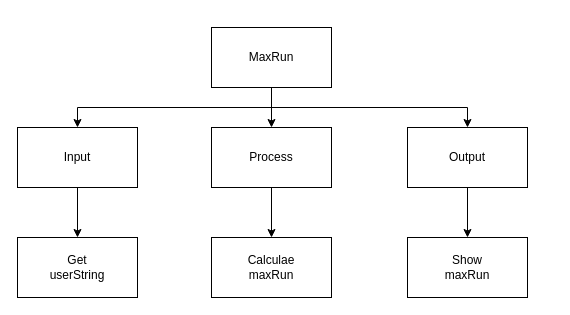
Above: topdown.drawio in Troy-Appleby/ICS4U-Assignment-2-Typescript (draw.io), before the change. Source tidied: cells renumbered, new cells numbered last; positions are measured from the earlier drawing's top-left corner, leaving out a move shared by most shapes. Both pictures are drawn from the tidied source at 100%, with x=0, y=0 at pixel (17, 27).
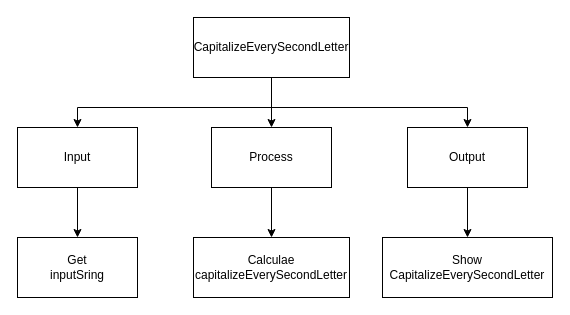
After the change.

The edit, as a diff of the source:
```diff
@@
 <mxGraphModel>
   <root>
     <mxCell id="0" />
     <mxCell id="1" parent="0" />
     <mxCell id="2" style="edgeStyle=orthogonalEdgeStyle;html=1;entryX=0.5;entryY=0;entryDx=0;entryDy=0;rounded=0;" parent="1" edge="1" source="5" target="9">
       <mxGeometry relative="1" as="geometry" />
     </mxCell>
     <mxCell id="3" style="edgeStyle=orthogonalEdgeStyle;rounded=0;html=1;entryX=0.5;entryY=0;entryDx=0;entryDy=0;" parent="1" edge="1" source="5" target="7">
       <mxGeometry relative="1" as="geometry">
         <Array as="points">
           <mxPoint x="254" y="80" />
           <mxPoint x="60" y="80" />
         </Array>
       </mxGeometry>
     </mxCell>
     <mxCell id="4" style="edgeStyle=orthogonalEdgeStyle;rounded=0;html=1;entryX=0.5;entryY=0;entryDx=0;entryDy=0;" parent="1" edge="1" source="5" target="11">
       <mxGeometry relative="1" as="geometry">
         <Array as="points">
           <mxPoint x="254" y="80" />
           <mxPoint x="450" y="80" />
         </Array>
       </mxGeometry>
     </mxCell>
-    <mxCell id="5" value="MaxRun" style="rounded=0;whiteSpace=wrap;html=1;" parent="1" vertex="1">
-      <mxGeometry x="194" width="120" height="60" as="geometry" />
+    <mxCell id="5" value="CapitalizeEverySecondLetter" style="rounded=0;whiteSpace=wrap;html=1;" parent="1" vertex="1">
+      <mxGeometry x="176" y="-10" width="156" height="60" as="geometry" />
     </mxCell>
     <mxCell id="6" style="edgeStyle=orthogonalEdgeStyle;rounded=0;html=1;entryX=0.5;entryY=0;entryDx=0;entryDy=0;" parent="1" edge="1" source="7" target="12">
       <mxGeometry relative="1" as="geometry" />
     </mxCell>
     <mxCell id="7" value="Input" style="rounded=0;whiteSpace=wrap;html=1;" parent="1" vertex="1">
       <mxGeometry y="100" width="120" height="60" as="geometry" />
     </mxCell>
     <mxCell id="8" style="edgeStyle=orthogonalEdgeStyle;rounded=0;html=1;entryX=0.5;entryY=0;entryDx=0;entryDy=0;" parent="1" edge="1" source="9" target="13">
       <mxGeometry relative="1" as="geometry" />
     </mxCell>
     <mxCell id="9" value="Process" style="rounded=0;whiteSpace=wrap;html=1;" parent="1" vertex="1">
       <mxGeometry x="194" y="100" width="120" height="60" as="geometry" />
     </mxCell>
     <mxCell id="10" style="edgeStyle=orthogonalEdgeStyle;rounded=0;html=1;entryX=0.5;entryY=0;entryDx=0;entryDy=0;" parent="1" edge="1" source="11" target="14">
       <mxGeometry relative="1" as="geometry" />
     </mxCell>
     <mxCell id="11" value="Output" style="rounded=0;whiteSpace=wrap;html=1;" parent="1" vertex="1">
       <mxGeometry x="390" y="100" width="120" height="60" as="geometry" />
     </mxCell>
-    <mxCell id="12" value="Get&lt;br&gt;userString" style="rounded=0;whiteSpace=wrap;html=1;" parent="1" vertex="1">
+    <mxCell id="12" value="Get&lt;br&gt;inputSring" style="rounded=0;whiteSpace=wrap;html=1;" parent="1" vertex="1">
       <mxGeometry y="210" width="120" height="60" as="geometry" />
     </mxCell>
-    <mxCell id="13" value="Calculae&lt;br&gt;maxRun" style="rounded=0;whiteSpace=wrap;html=1;" parent="1" vertex="1">
-      <mxGeometry x="194" y="210" width="120" height="60" as="geometry" />
+    <mxCell id="13" value="Calculae&lt;br&gt;capitalizeEverySecondLetter" style="rounded=0;whiteSpace=wrap;html=1;" parent="1" vertex="1">
+      <mxGeometry x="176" y="210" width="156" height="60" as="geometry" />
     </mxCell>
-    <mxCell id="14" value="Show&lt;br&gt;maxRun" style="rounded=0;whiteSpace=wrap;html=1;" parent="1" vertex="1">
-      <mxGeometry x="390" y="210" width="120" height="60" as="geometry" />
+    <mxCell id="14" value="Show&lt;br&gt;CapitalizeEverySecondLetter" style="rounded=0;whiteSpace=wrap;html=1;" parent="1" vertex="1">
+      <mxGeometry x="365" y="210" width="170" height="60" as="geometry" />
     </mxCell>
   </root>
 </mxGraphModel>
```
